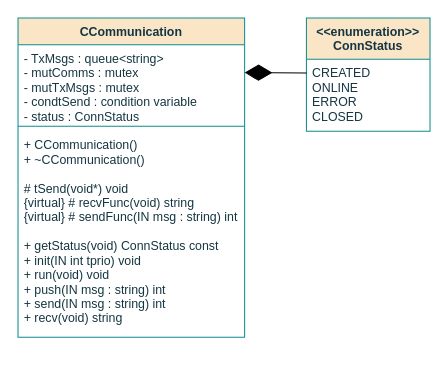
Earlier version of the draw.io diagram page "Class" (1 of 8) of documentation/flowcharts/02Classes/CCommunication.drawio (ESRGgroup9/slipad). Source tidied: cells renumbered, new cells numbered last; positions are measured from the earlier drawing's top-left corner, leaving out a move shared by most shapes. Both pictures are drawn from the tidied source at 103%, with x=0, y=0 at pixel (18, 18).
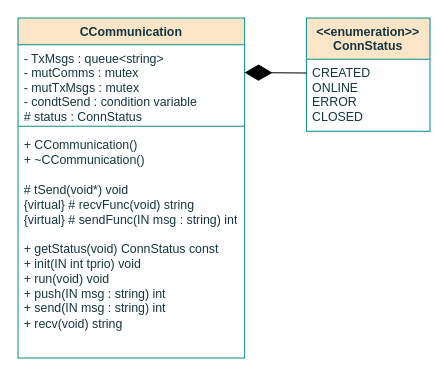
The same diagram, later.

What changed in the source:
```diff
@@
 <mxGraphModel>
   <root>
     <mxCell id="0" />
     <mxCell id="1" parent="0" />
     <mxCell id="2" value="CCommunication" style="swimlane;fontStyle=1;align=center;verticalAlign=top;horizontal=1;startSize=26;fillColor=#FAE5C7;strokeColor=#0F8B8D;fontColor=#143642;" parent="1" vertex="1">
-      <mxGeometry width="220" height="310" as="geometry" />
+      <mxGeometry width="220" height="330" as="geometry" />
     </mxCell>
-    <mxCell id="3" value="- TxMsgs : queue&lt;string&gt;&#10;-  mutComms : mutex&#10;-  mutTxMsgs : mutex&#10;- condtSend : condition variable&#10;- status : ConnStatus&#10;&#10;&#10;&#10;&#10;&#10;&#10;" style="text;strokeColor=none;fillColor=none;align=left;verticalAlign=top;spacingLeft=4;spacingRight=4;overflow=hidden;fontColor=#143642;" parent="2" vertex="1">
+    <mxCell id="3" value="- TxMsgs : queue&lt;string&gt;&#10;-  mutComms : mutex&#10;-  mutTxMsgs : mutex&#10;- condtSend : condition variable&#10;# status : ConnStatus&#10;&#10;&#10;&#10;&#10;&#10;&#10;" style="text;strokeColor=none;fillColor=none;align=left;verticalAlign=top;spacingLeft=4;spacingRight=4;overflow=hidden;fontColor=#143642;" parent="2" vertex="1">
       <mxGeometry y="26" width="220" height="74" as="geometry" />
     </mxCell>
     <mxCell id="4" style="line;strokeWidth=1;fillColor=none;align=left;verticalAlign=middle;spacingTop=-1;spacingLeft=3;spacingRight=3;labelPosition=right;labelBackgroundColor=#DAD2D8;strokeColor=#0F8B8D;fontColor=#143642;" parent="2" vertex="1">
       <mxGeometry y="100" width="220" height="10" as="geometry" />
     </mxCell>
-    <mxCell id="5" value="+ CCommunication()&#10;+ ~CCommunication()&#10;&#10;# tSend(void*) void&#10;{virtual} # recvFunc(void) string&#10;{virtual} # sendFunc(IN msg : string) int&#10;&#10;+ getStatus(void) ConnStatus const&#10;+ init(IN int tprio) void&#10;+ run(void) void&#10;+ push(IN msg : string) int&#10;+ send(IN msg : string) int&#10;+ recv(void) string&#10;" style="text;strokeColor=none;fillColor=none;align=left;verticalAlign=top;spacingLeft=4;spacingRight=4;overflow=hidden;fontColor=#143642;" parent="2" vertex="1">
-      <mxGeometry y="110" width="220" height="200" as="geometry" />
+    <mxCell id="5" value="+ CCommunication()&lt;br&gt;+ ~CCommunication()&lt;br&gt;&lt;br&gt;# tSend(void*) void&lt;br&gt;{virtual} # recvFunc(void) string&lt;br&gt;{virtual} # sendFunc(IN msg : string) int&lt;br&gt;&lt;br&gt;+ getStatus(void) ConnStatus const&lt;br&gt;+ init(IN int tprio) void&lt;br&gt;+ run(void) void&lt;br&gt;+ push(IN msg : string) int&lt;br&gt;+ send(IN msg : string) int&lt;br&gt;+ recv(void) string" style="text;strokeColor=none;fillColor=none;align=left;verticalAlign=top;spacingLeft=4;spacingRight=4;overflow=hidden;fontColor=#143642;html=1;" parent="2" vertex="1">
+      <mxGeometry y="110" width="220" height="220" as="geometry" />
     </mxCell>
     <mxCell id="6" value="&lt;&lt;enumeration&gt;&gt;&#10;ConnStatus&#10;" style="swimlane;fontStyle=1;align=center;verticalAlign=top;horizontal=1;startSize=40;fillColor=#FAE5C7;strokeColor=#0F8B8D;fontColor=#143642;" parent="1" vertex="1">
       <mxGeometry x="280" width="120" height="110" as="geometry" />
     </mxCell>
     <mxCell id="7" value="CREATED&#10;ONLINE&#10;ERROR&#10;CLOSED&#10;" style="text;strokeColor=none;fillColor=none;align=left;verticalAlign=top;spacingLeft=4;spacingRight=4;overflow=hidden;points=[[0,0.5],[1,0.5]];portConstraint=eastwest;fontColor=#143642;" parent="6" vertex="1">
       <mxGeometry y="40" width="120" height="70" as="geometry" />
     </mxCell>
     <mxCell id="8" style="endArrow=diamondThin;endFill=1;endSize=24;html=1;rounded=0;exitX=0.001;exitY=0.19;exitDx=0;exitDy=0;exitPerimeter=0;" parent="1" edge="1" source="7">
       <mxGeometry relative="1" as="geometry">
         <mxPoint x="220" y="53" as="targetPoint" />
         <Array as="points">
           <mxPoint x="220" y="53" />
         </Array>
       </mxGeometry>
     </mxCell>
   </root>
 </mxGraphModel>
```
